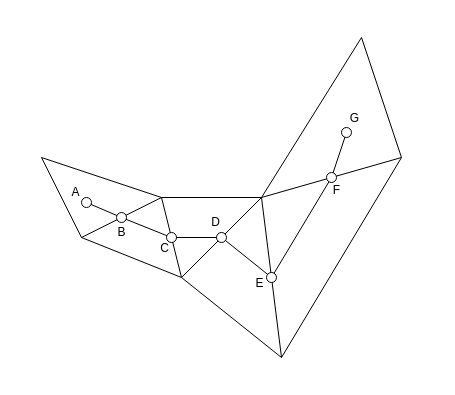
Before: page "Page-1" (1 of 13) of file/Algorithm/NavmeshNavigation/NavmeshNavigation.drawio in FallingXun/FallingXun.github.io, a draw.io diagram. Source tidied: cells renumbered, new cells numbered last; positions are measured from the earlier drawing's top-left corner, leaving out a move shared by most shapes. Both pictures are drawn from the tidied source at 100%, with x=0, y=0 at pixel (41, 37).
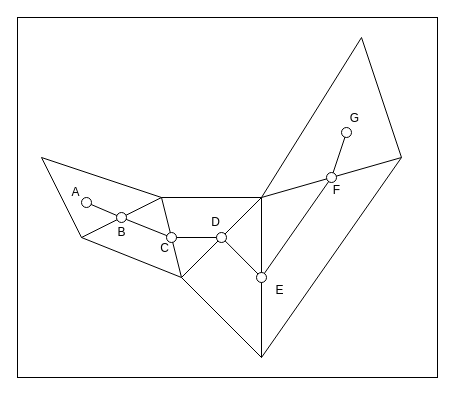
Above is the later version.

What changed in the source:
```diff
@@
     <mxCell id="5" style="endArrow=none;html=1;strokeColor=light-dark(#000000,#FFFF00);" parent="1" edge="1">
       <mxGeometry relative="1" as="geometry">
         <mxPoint x="180" y="199.8" as="sourcePoint" />
-        <mxPoint x="230" y="240" as="targetPoint" />
+        <mxPoint x="220" y="240" as="targetPoint" />
       </mxGeometry>
     </mxCell>
     <mxCell id="6" style="endArrow=none;html=1;strokeColor=light-dark(#000000,#FFFF00);" parent="1" edge="1">
       <mxGeometry relative="1" as="geometry">
-        <mxPoint x="230" y="240" as="sourcePoint" />
+        <mxPoint x="220" y="240" as="sourcePoint" />
         <mxPoint x="290" y="140" as="targetPoint" />
       </mxGeometry>
     </mxCell>
@@
     <mxCell id="15" style="endArrow=none;html=1;" parent="1" edge="1">
       <mxGeometry relative="1" as="geometry">
-        <mxPoint x="240" y="320" as="sourcePoint" />
+        <mxPoint x="220" y="320" as="sourcePoint" />
         <mxPoint x="140" y="240" as="targetPoint" />
       </mxGeometry>
     </mxCell>
     <mxCell id="16" style="endArrow=none;html=1;" parent="1" edge="1">
       <mxGeometry relative="1" as="geometry">
-        <mxPoint x="240" y="320" as="sourcePoint" />
+        <mxPoint x="220" y="320" as="sourcePoint" />
         <mxPoint x="220" y="160" as="targetPoint" />
       </mxGeometry>
     </mxCell>
@@
     <mxCell id="18" style="endArrow=none;html=1;" parent="1" edge="1">
       <mxGeometry relative="1" as="geometry">
         <mxPoint x="360" y="120" as="sourcePoint" />
-        <mxPoint x="240" y="320" as="targetPoint" />
+        <mxPoint x="220" y="320" as="targetPoint" />
       </mxGeometry>
     </mxCell>
@@
     <mxCell id="25" style="ellipse;whiteSpace=wrap;html=1;fillColor=light-dark(#FFFFFF,#FF0000);" parent="1" vertex="1">
-      <mxGeometry x="225" y="235" width="10" height="10" as="geometry" />
+      <mxGeometry x="215" y="235" width="10" height="10" as="geometry" />
     </mxCell>
@@
     <mxCell id="32" value="E" style="text;html=1;align=center;verticalAlign=middle;strokeColor=none;fillColor=none;" parent="1" vertex="1">
-      <mxGeometry x="205" y="233" width="26" height="26" as="geometry" />
+      <mxGeometry x="225" y="240" width="26" height="26" as="geometry" />
     </mxCell>
@@
+    <mxCell id="35" style="rounded=0;whiteSpace=wrap;html=1;fillColor=none;" parent="1" vertex="1">
+      <mxGeometry x="-24" y="-20" width="420" height="360" as="geometry" />
+    </mxCell>
```
